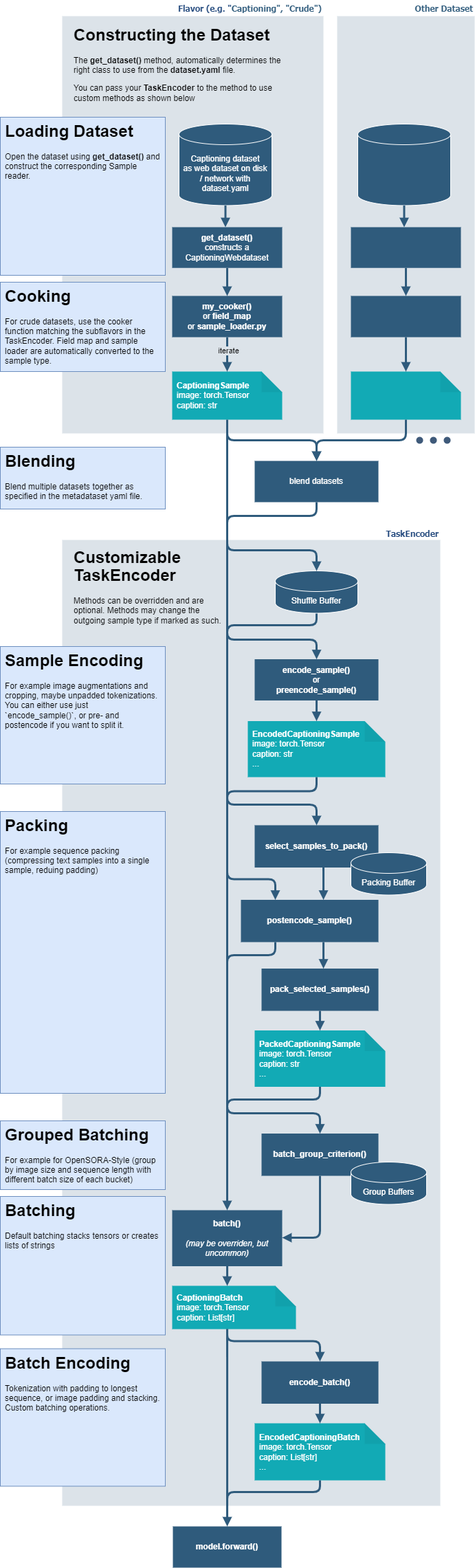
Before: docs/source/images/data_flow.png, a diagram exported from draw.io (NVIDIA/Megatron-Energon). Source tidied: cells renumbered, new cells last; positions are measured from the earlier drawing's top-left corner, leaving out a move shared by most shapes.
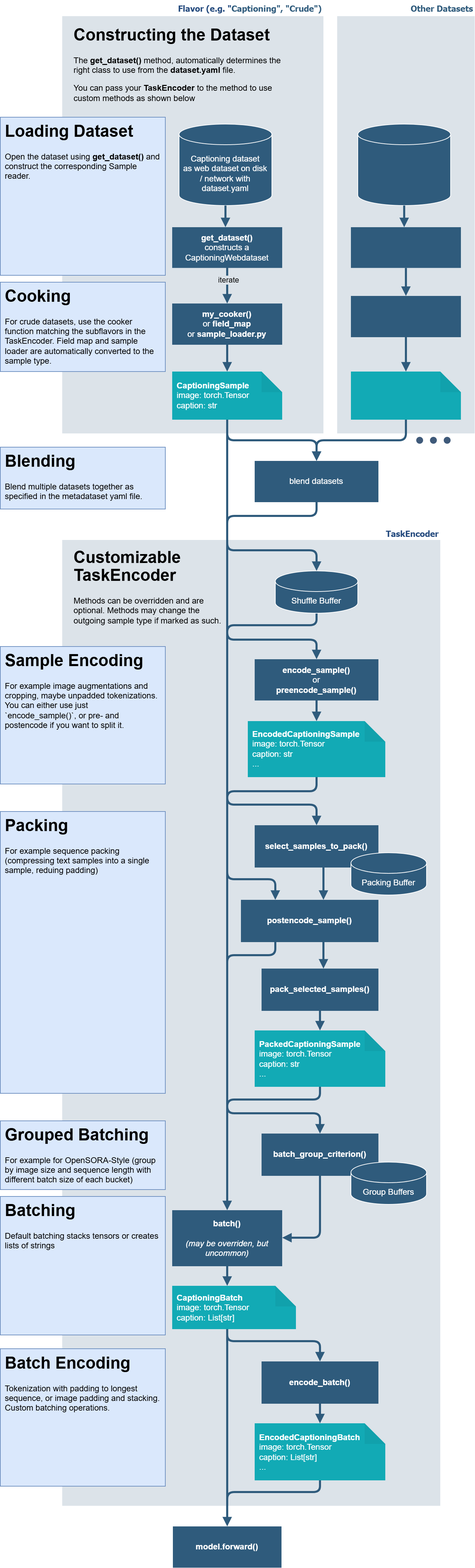
Above is the later version.

Commit message:
Adjust flow diagram

The edit, as a diff of the source:
```diff
@@ -191,10 +191,13 @@
     <mxCell id="40" value="&lt;b style=&quot;border-color: var(--border-color);&quot;&gt;CaptioningSample&lt;/b&gt;&lt;br style=&quot;border-color: var(--border-color);&quot;&gt;image: torch.Tensor&lt;br style=&quot;border-color: var(--border-color);&quot;&gt;&lt;div style=&quot;border-color: var(--border-color);&quot;&gt;caption: str&lt;/div&gt;" style="shape=note;whiteSpace=wrap;html=1;backgroundOutline=1;darkOpacity=0.05;fontFamily=Helvetica;fontSize=12;fontColor=#FFFFFF;align=left;fillColor=#12aab5;strokeColor=none;shadow=0;fontStyle=0;spacing=7;spacingBottom=0;verticalAlign=middle;" parent="38" vertex="1">
       <mxGeometry x="160" y="540" width="160" height="70" as="geometry" />
     </mxCell>
-    <mxCell id="41" value="&amp;nbsp;iterate&amp;nbsp;" style="edgeStyle=orthogonalEdgeStyle;shape=connector;rounded=1;jettySize=auto;html=1;entryX=0.5;entryY=0;entryDx=0;entryDy=0;entryPerimeter=0;labelBackgroundColor=#dce3e9;strokeColor=#2F5B7C;strokeWidth=3;fontFamily=Helvetica;fontSize=11;fontColor=default;endArrow=block;endFill=1;labelBorderColor=none;spacingLeft=0;spacingRight=-3;spacing=3;" parent="38" edge="1" source="45" target="40">
+    <mxCell id="41" style="edgeStyle=orthogonalEdgeStyle;shape=connector;rounded=1;orthogonalLoop=1;jettySize=auto;html=1;entryX=0.5;entryY=0;entryDx=0;entryDy=0;entryPerimeter=0;labelBackgroundColor=#dce3e9;strokeColor=#2F5B7C;strokeWidth=3;fontFamily=Helvetica;fontSize=11;fontColor=default;endArrow=block;endFill=1;labelBorderColor=none;spacingLeft=0;spacingRight=-3;spacing=3;" parent="38" edge="1">
       <mxGeometry x="-0.2" relative="1" as="geometry">
+        <mxPoint x="240" y="490" as="sourcePoint" />
+        <mxPoint x="240" y="540" as="targetPoint" />
         <Array as="points">
-          <mxPoint x="240" y="440" />
+          <mxPoint x="240" y="480" />
+          <mxPoint x="240" y="480" />
         </Array>
       </mxGeometry>
     </mxCell>
@@ -213,17 +216,17 @@
       </mxGeometry>
     </mxCell>
     <mxCell id="45" value="&lt;b&gt;my_cooker()&lt;/b&gt;&lt;br&gt;&lt;span style=&quot;color: rgb(255, 255, 255);&quot;&gt;or &lt;b&gt;field_map&lt;/b&gt;&lt;/span&gt;&lt;div&gt;&lt;span style=&quot;color: rgb(255, 255, 255);&quot;&gt;or &lt;b&gt;sample_loader.py&lt;/b&gt;&lt;/span&gt;&lt;/div&gt;" style="whiteSpace=wrap;strokeColor=none;fillColor=#2f5b7c;shadow=0;fontColor=#FFFFFF;fontFamily=Helvetica;fontStyle=0;html=1;fontSize=12;spacing=6;verticalAlign=middle;dashed=1;dashPattern=12 12;" parent="38" vertex="1">
-      <mxGeometry x="160" y="430" width="160" height="60" as="geometry" />
+      <mxGeometry x="160" y="441" width="160" height="60" as="geometry" />
     </mxCell>
-    <mxCell id="46" style="edgeStyle=orthogonalEdgeStyle;rounded=1;jettySize=auto;html=1;endArrow=block;strokeColor=#2F5B7C;strokeWidth=3;endFill=1;" parent="38" edge="1" source="42" target="45">
-      <mxGeometry relative="1" as="geometry" />
-    </mxCell>
     <mxCell id="47" value="&lt;h1 style=&quot;line-height: 110%;&quot;&gt;Cooking&lt;/h1&gt;&lt;p style=&quot;line-height: 120%;&quot;&gt;For crude datasets, use the cooker function matching the subflavors in the TaskEncoder. Field map and sample loader are automatically converted to the sample type.&lt;/p&gt;" style="text;html=1;strokeColor=#6c8ebf;fillColor=#dae8fc;spacing=7;spacingTop=-20;whiteSpace=wrap;overflow=hidden;rounded=0;" parent="38" vertex="1">
       <mxGeometry x="-90" y="410" width="240" height="130" as="geometry" />
     </mxCell>
     <mxCell id="48" value="&lt;h1 style=&quot;line-height: 110%;&quot;&gt;Loading Dataset&lt;/h1&gt;&lt;p style=&quot;line-height: 120%;&quot;&gt;Open the dataset using &lt;b&gt;get_dataset()&lt;/b&gt; and construct the corresponding Sample reader.&lt;/p&gt;" style="text;html=1;strokeColor=#6c8ebf;fillColor=#dae8fc;spacing=7;spacingTop=-20;whiteSpace=wrap;overflow=hidden;rounded=0;" parent="38" vertex="1">
       <mxGeometry x="-90" y="170" width="240" height="230" as="geometry" />
     </mxCell>
+    <mxCell id="46" value="&amp;nbsp;iterate&amp;nbsp;" style="shape=connector;rounded=1;jettySize=auto;html=1;entryX=0.5;entryY=0;entryDx=0;entryDy=0;labelBackgroundColor=#dce3e9;strokeColor=#2F5B7C;strokeWidth=3;fontFamily=Helvetica;fontSize=11;fontColor=default;endArrow=block;endFill=1;labelBorderColor=none;spacingLeft=0;spacingRight=-3;spacing=3;exitX=0.5;exitY=0.979;exitDx=0;exitDy=0;exitPerimeter=0;" parent="38" edge="1" source="42" target="45">
+      <mxGeometry x="-0.29" relative="1" as="geometry" />
+    </mxCell>
     <mxCell id="49" style="edgeStyle=orthogonalEdgeStyle;rounded=1;jettySize=auto;html=1;endArrow=block;strokeColor=#2F5B7C;strokeWidth=3;endFill=1;" parent="1" edge="1" target="33">
       <mxGeometry relative="1" as="geometry">
         <mxPoint x="330" y="780" as="sourcePoint" />
@@ -282,7 +285,7 @@
     <mxCell id="58" value="&lt;h1 style=&quot;line-height: 110%;&quot;&gt;Blending&lt;/h1&gt;&lt;p style=&quot;line-height: 120%;&quot;&gt;Blend multiple datasets together as specified in the metadataset yaml file.&lt;/p&gt;" style="text;html=1;strokeColor=#6c8ebf;fillColor=#dae8fc;spacing=7;spacingTop=-20;whiteSpace=wrap;overflow=hidden;rounded=0;" parent="1" vertex="1">
       <mxGeometry y="650" width="240" height="90" as="geometry" />
     </mxCell>
-    <mxCell id="59" value="Other Dataset" style="swimlane;whiteSpace=wrap;fillColor=none;swimlaneFillColor=#BAC8D3;fontColor=#2F5B7C;fontFamily=Tahoma;html=1;strokeColor=none;opacity=50;align=right;" parent="1" vertex="1">
+    <mxCell id="59" value="Other Datasets" style="swimlane;whiteSpace=wrap;fillColor=none;swimlaneFillColor=#BAC8D3;fontColor=#2F5B7C;fontFamily=Tahoma;html=1;strokeColor=none;opacity=50;align=right;" parent="1" vertex="1">
       <mxGeometry x="490" width="200" height="630" as="geometry" />
     </mxCell>
     <mxCell id="60" style="shape=note;whiteSpace=wrap;html=1;backgroundOutline=1;darkOpacity=0.05;fontFamily=Helvetica;fontSize=12;fontColor=#FFFFFF;align=left;fillColor=#12aab5;strokeColor=none;shadow=0;fontStyle=0;spacing=7;spacingBottom=0;verticalAlign=middle;" parent="59" vertex="1">
```
